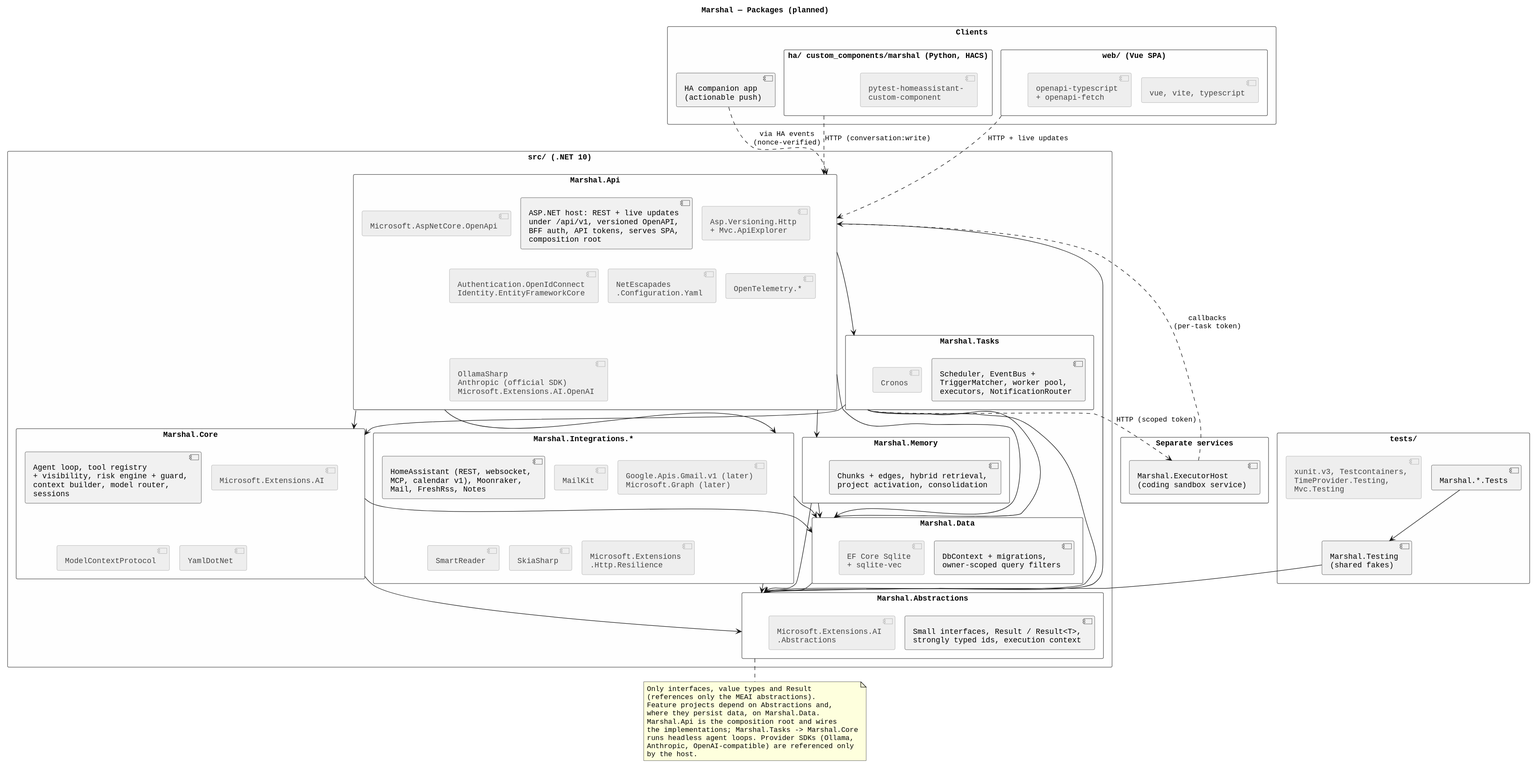
Before: docs/diagrams/packages.svg, a diagram exported from PlantUML (lGruenzweilHTL/marshal).
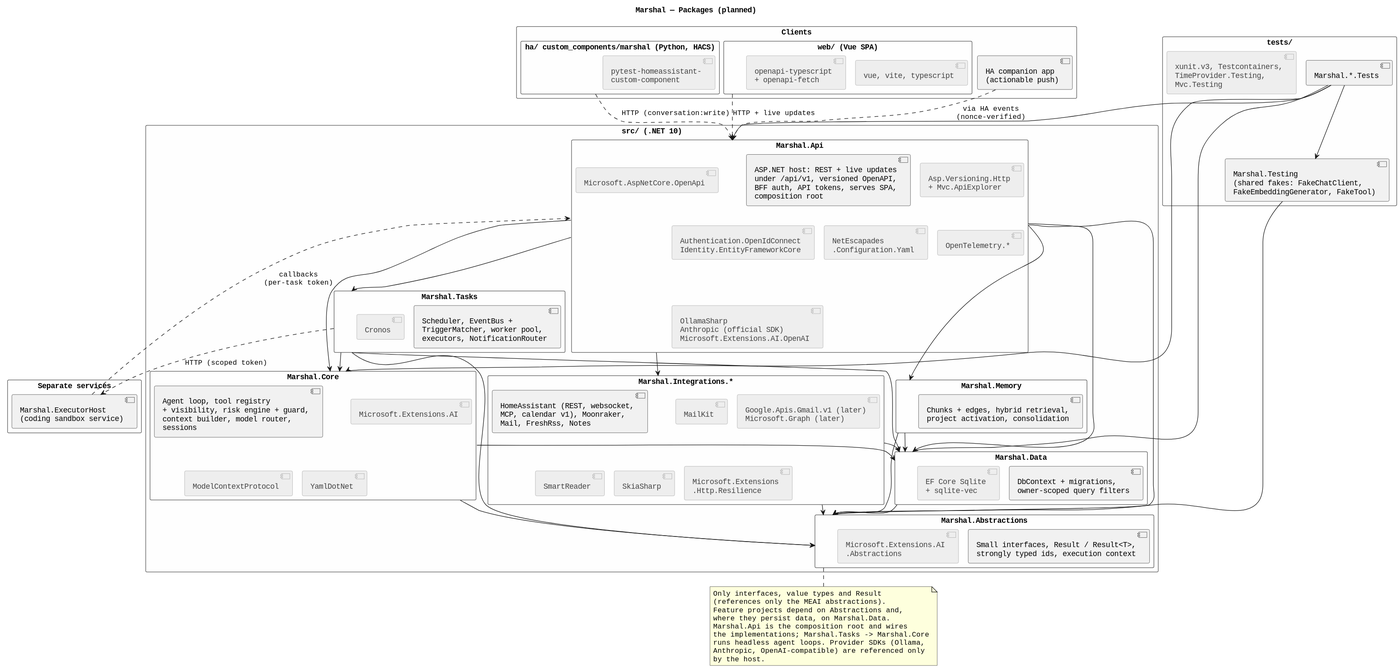
Later version of the same file.

What changed in the source:
```diff
@@ -91,7 +91,7 @@
 
 package "tests/" {
   component "Marshal.*.Tests" as Tests
-  component "Marshal.Testing\n(shared fakes)" as Testing
+  component "Marshal.Testing\n(shared fakes: FakeChatClient,\nFakeEmbeddingGenerator, FakeTool)" as Testing
   component "xunit.v3, Testcontainers,\nTimeProvider.Testing,\nMvc.Testing" <<nuget>>
 }
 
@@ -122,6 +122,9 @@
 
 Tests --> Testing
 Testing --> Abstractions
+Tests --> Api
+Tests --> Core
+Tests --> Data
 
 note bottom of Abstractions
   Only interfaces, value types and Result
```
